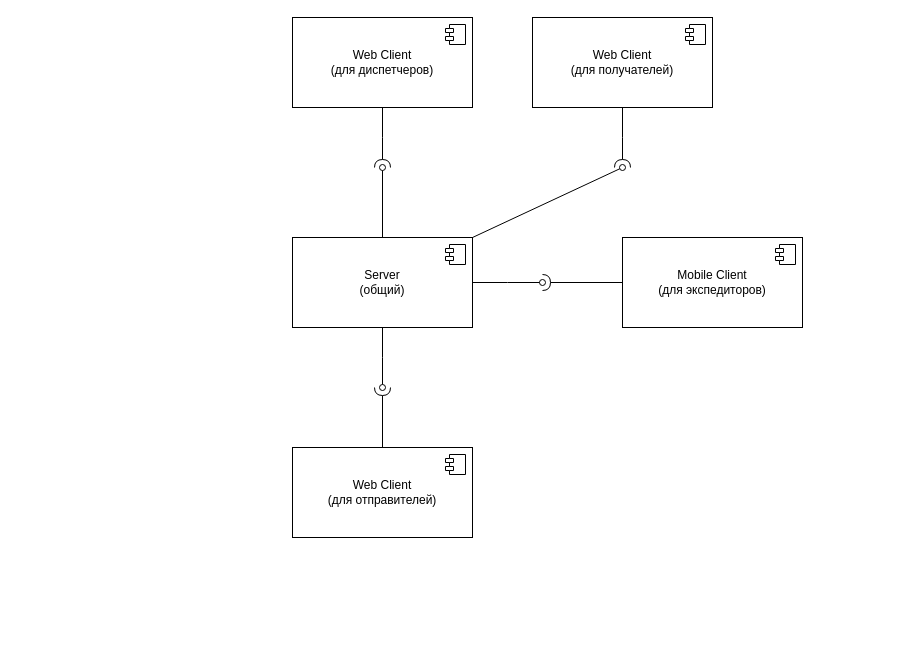
poputchik-2/poputchik-2 keeps this draw.io diagram as requirements/system_requirements_and_architecture.drawio. Above is the earlier version. Source tidied: cells renumbered, new cells numbered last; positions are measured from the earlier drawing's top-left corner, leaving out a move shared by most shapes. Both pictures are drawn from the tidied source at 100%, with x=0, y=0 at pixel (292, 17).
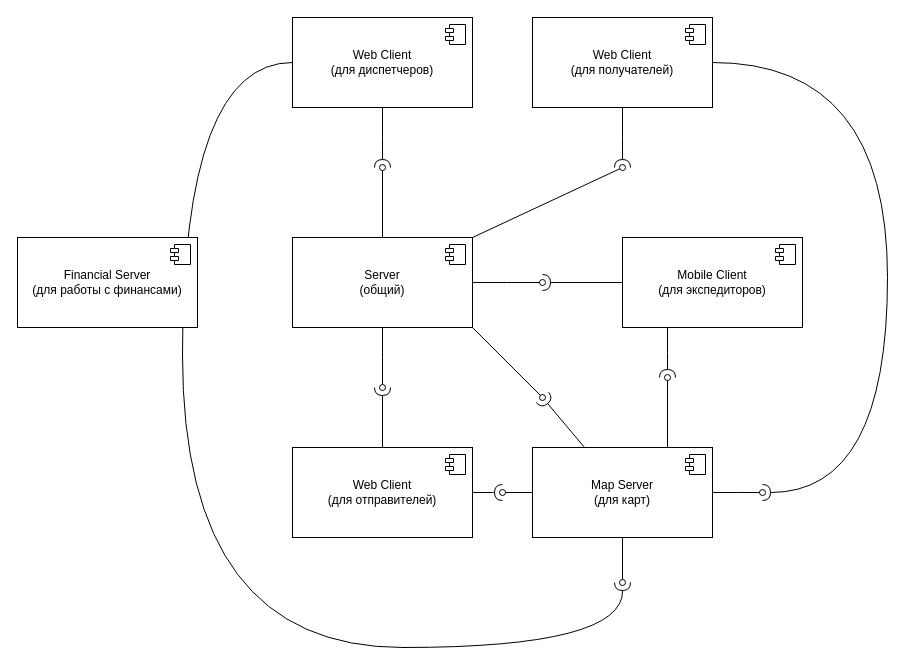
The same page after the edit.

Unchanged cells that the change refers to:
```xml
<mxCell id="3" value="&lt;div&gt;&lt;span style=&quot;background-color: initial;&quot;&gt;Mobile Client&lt;/span&gt;&lt;/div&gt;&lt;div&gt;&lt;span style=&quot;background-color: initial;&quot;&gt;(для экспедиторов)&lt;/span&gt;&lt;br&gt;&lt;/div&gt;" style="html=1;whiteSpace=wrap;" parent="1" vertex="1">
  <mxGeometry x="330" y="220" width="180" height="90" as="geometry" />
</mxCell>
<mxCell id="9" value="&lt;div&gt;Server&lt;/div&gt;&lt;div&gt;&lt;span style=&quot;background-color: initial;&quot;&gt;(общий)&lt;/span&gt;&lt;br&gt;&lt;/div&gt;" style="html=1;whiteSpace=wrap;" parent="1" vertex="1">
  <mxGeometry y="220" width="180" height="90" as="geometry" />
</mxCell>
<mxCell id="12" value="&lt;div&gt;Web Client&lt;/div&gt;&lt;div&gt;&lt;span style=&quot;background-color: initial;&quot;&gt;(для отправителей)&lt;/span&gt;&lt;br&gt;&lt;/div&gt;" style="html=1;whiteSpace=wrap;" parent="1" vertex="1">
  <mxGeometry y="430" width="180" height="90" as="geometry" />
</mxCell>
<mxCell id="15" value="&lt;div&gt;Web Client&lt;/div&gt;&lt;div&gt;&lt;span style=&quot;background-color: initial;&quot;&gt;(для диспетчеров)&lt;/span&gt;&lt;br&gt;&lt;/div&gt;" style="html=1;whiteSpace=wrap;" parent="1" vertex="1">
  <mxGeometry width="180" height="90" as="geometry" />
</mxCell>
<mxCell id="18" value="&lt;div&gt;Web Client&lt;/div&gt;&lt;div&gt;&lt;span style=&quot;background-color: initial;&quot;&gt;(для получателей)&lt;/span&gt;&lt;br&gt;&lt;/div&gt;" style="html=1;whiteSpace=wrap;" parent="1" vertex="1">
  <mxGeometry x="240" width="180" height="90" as="geometry" />
</mxCell>
```

Diff of the diagram source:
```diff
@@
+    <mxCell id="20" style="rounded=0;jettySize=auto;html=1;exitX=1;exitY=0.5;exitDx=0;exitDy=0;endArrow=halfCircle;endFill=0;edgeStyle=orthogonalEdgeStyle;curved=1;" parent="1" edge="1" source="18">
+      <mxGeometry relative="1" as="geometry">
+        <mxPoint x="470" y="475" as="targetPoint" />
+        <Array as="points">
+          <mxPoint x="595" y="45" />
+          <mxPoint x="595" y="475" />
+        </Array>
+      </mxGeometry>
+    </mxCell>
@@
+    <mxCell id="21" style="edgeStyle=orthogonalEdgeStyle;rounded=0;jettySize=auto;html=1;exitX=0.25;exitY=1;exitDx=0;exitDy=0;endArrow=halfCircle;endFill=0;" parent="1" edge="1" source="3">
+      <mxGeometry relative="1" as="geometry">
+        <mxPoint x="375" y="360" as="targetPoint" />
+      </mxGeometry>
+    </mxCell>
@@
+    <mxCell id="22" style="rounded=0;jettySize=auto;html=1;exitX=1;exitY=1;exitDx=0;exitDy=0;endArrow=oval;endFill=0;" parent="1" edge="1" source="9">
+      <mxGeometry relative="1" as="geometry">
+        <mxPoint x="250" y="380" as="targetPoint" />
+      </mxGeometry>
+    </mxCell>
@@
+    <mxCell id="23" style="edgeStyle=orthogonalEdgeStyle;rounded=0;jettySize=auto;html=1;endArrow=halfCircle;endFill=0;" parent="1" edge="1" source="12">
+      <mxGeometry relative="1" as="geometry">
+        <mxPoint x="210" y="475" as="targetPoint" />
+      </mxGeometry>
+    </mxCell>
@@
+    <mxCell id="24" style="rounded=0;jettySize=auto;html=1;exitX=0;exitY=0.5;exitDx=0;exitDy=0;endArrow=halfCircle;endFill=0;edgeStyle=orthogonalEdgeStyle;curved=1;" parent="1" edge="1" source="15">
+      <mxGeometry relative="1" as="geometry">
+        <mxPoint x="330" y="565" as="targetPoint" />
+        <Array as="points">
+          <mxPoint x="-110" y="630" />
+          <mxPoint x="331" y="630" />
+          <mxPoint x="331" y="565" />
+        </Array>
+      </mxGeometry>
+    </mxCell>
@@
+    <mxCell id="25" style="rounded=0;jettySize=auto;html=1;endArrow=halfCircle;endFill=0;" parent="1" edge="1" source="30">
+      <mxGeometry relative="1" as="geometry">
+        <mxPoint x="250" y="380" as="targetPoint" />
+      </mxGeometry>
+    </mxCell>
+    <mxCell id="26" style="edgeStyle=orthogonalEdgeStyle;rounded=0;jettySize=auto;html=1;exitX=0;exitY=0.5;exitDx=0;exitDy=0;endArrow=oval;endFill=0;" parent="1" edge="1" source="30">
+      <mxGeometry relative="1" as="geometry">
+        <mxPoint x="210" y="475" as="targetPoint" />
+      </mxGeometry>
+    </mxCell>
+    <mxCell id="27" style="edgeStyle=orthogonalEdgeStyle;rounded=0;jettySize=auto;html=1;exitX=0.75;exitY=0;exitDx=0;exitDy=0;endArrow=oval;endFill=0;" parent="1" edge="1" source="30">
+      <mxGeometry relative="1" as="geometry">
+        <mxPoint x="375" y="360" as="targetPoint" />
+      </mxGeometry>
+    </mxCell>
+    <mxCell id="28" style="edgeStyle=orthogonalEdgeStyle;rounded=0;jettySize=auto;html=1;endArrow=oval;endFill=0;" parent="1" edge="1" source="30">
+      <mxGeometry relative="1" as="geometry">
+        <mxPoint x="470" y="475" as="targetPoint" />
+      </mxGeometry>
+    </mxCell>
+    <mxCell id="29" style="edgeStyle=orthogonalEdgeStyle;rounded=0;jettySize=auto;html=1;exitX=0.5;exitY=1;exitDx=0;exitDy=0;endArrow=oval;endFill=0;" parent="1" edge="1" source="30">
+      <mxGeometry relative="1" as="geometry">
+        <mxPoint x="330" y="565" as="targetPoint" />
+      </mxGeometry>
+    </mxCell>
+    <mxCell id="30" value="&lt;div&gt;Map Server&lt;/div&gt;&lt;div&gt;&lt;span style=&quot;background-color: initial;&quot;&gt;(для карт)&lt;/span&gt;&lt;br&gt;&lt;/div&gt;" style="html=1;whiteSpace=wrap;" parent="1" vertex="1">
+      <mxGeometry x="240" y="430" width="180" height="90" as="geometry" />
+    </mxCell>
+    <mxCell id="31" style="shape=module;jettyWidth=8;jettyHeight=4;" parent="30" vertex="1">
+      <mxGeometry x="1" width="20" height="20" relative="1" as="geometry">
+        <mxPoint x="-27" y="7" as="offset" />
+      </mxGeometry>
+    </mxCell>
+    <mxCell id="32" value="&lt;div&gt;Financial Server&lt;/div&gt;&lt;div&gt;&lt;span style=&quot;background-color: initial;&quot;&gt;(для работы с финансами)&lt;/span&gt;&lt;br&gt;&lt;/div&gt;" style="html=1;whiteSpace=wrap;" parent="1" vertex="1">
+      <mxGeometry x="-275" y="220" width="180" height="90" as="geometry" />
+    </mxCell>
+    <mxCell id="33" style="shape=module;jettyWidth=8;jettyHeight=4;" parent="32" vertex="1">
+      <mxGeometry x="1" width="20" height="20" relative="1" as="geometry">
+        <mxPoint x="-27" y="7" as="offset" />
+      </mxGeometry>
+    </mxCell>
```
